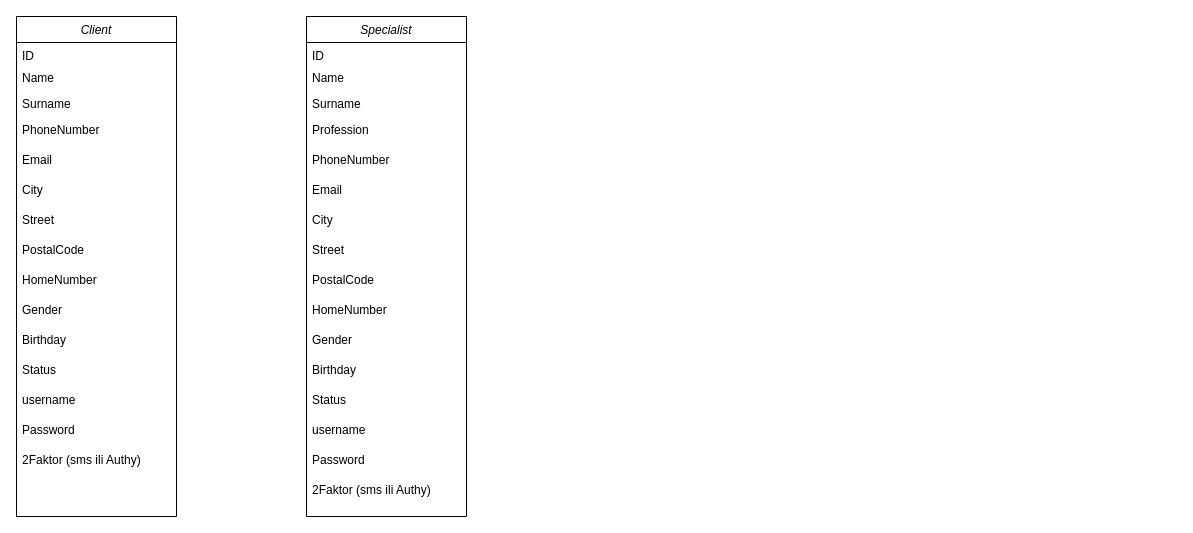
Above: Диаграмма без названия.drawio in bibaris-umirzakov/termin-planer-diagram (draw.io), before the change. Source tidied: cells renumbered, new cells numbered last; positions are measured from the earlier drawing's top-left corner, leaving out a move shared by most shapes. Both pictures are drawn from the tidied source at 100%, with x=0, y=0 at pixel (16, 16).
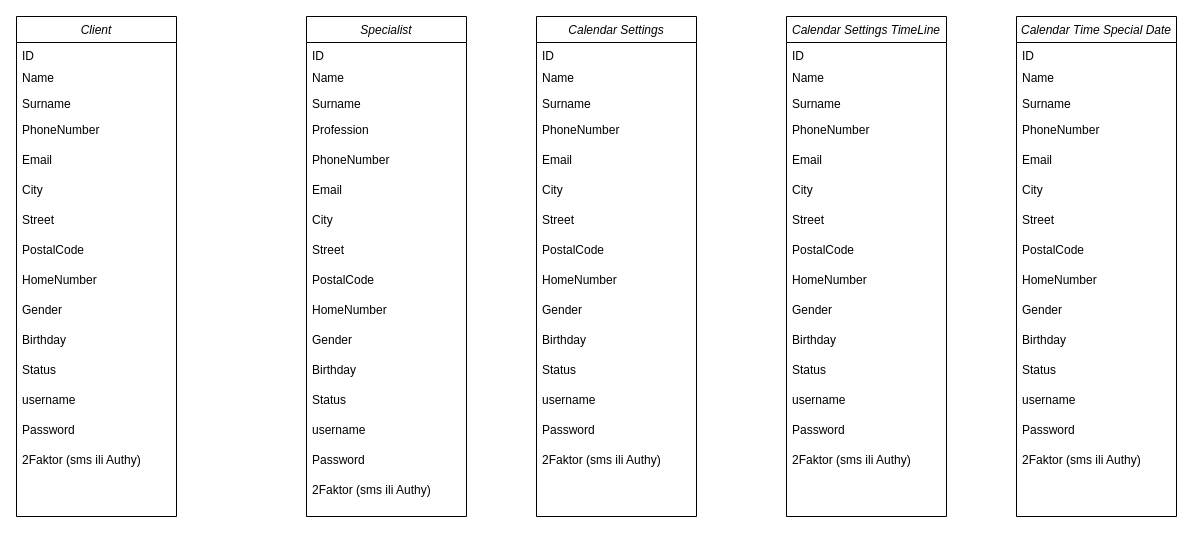
The same page after the edit.

The edit, as a diff of the source:
```diff
@@
+    <mxCell id="35" value="Calendar Settings" style="swimlane;fontStyle=2;align=center;verticalAlign=top;horizontal=1;startSize=26;rounded=0;shadow=0;strokeWidth=1;" parent="1" vertex="1">
+      <mxGeometry x="520" width="160" height="500" as="geometry" />
+    </mxCell>
+    <mxCell id="36" value="ID" style="text;align=left;verticalAlign=top;spacingLeft=4;spacingRight=4;overflow=hidden;" parent="35" vertex="1">
+      <mxGeometry y="26" width="160" height="22" as="geometry" />
+    </mxCell>
+    <mxCell id="37" value="Name" style="text;align=left;verticalAlign=top;spacingLeft=4;spacingRight=4;overflow=hidden;rounded=0;shadow=0;html=0;" parent="35" vertex="1">
+      <mxGeometry y="48" width="160" height="26" as="geometry" />
+    </mxCell>
+    <mxCell id="38" value="Surname" style="text;align=left;verticalAlign=top;spacingLeft=4;spacingRight=4;overflow=hidden;rounded=0;shadow=0;html=0;" parent="35" vertex="1">
+      <mxGeometry y="74" width="160" height="26" as="geometry" />
+    </mxCell>
+    <mxCell id="39" value="PhoneNumber" style="text;align=left;verticalAlign=top;spacingLeft=4;spacingRight=4;overflow=hidden;rounded=0;shadow=0;html=0;" parent="35" vertex="1">
+      <mxGeometry y="100" width="160" height="30" as="geometry" />
+    </mxCell>
+    <mxCell id="40" value="Email" style="text;align=left;verticalAlign=top;spacingLeft=4;spacingRight=4;overflow=hidden;rounded=0;shadow=0;html=0;" parent="35" vertex="1">
+      <mxGeometry y="130" width="160" height="30" as="geometry" />
+    </mxCell>
+    <mxCell id="41" value="City&#10;" style="text;align=left;verticalAlign=top;spacingLeft=4;spacingRight=4;overflow=hidden;rounded=0;shadow=0;html=0;" parent="35" vertex="1">
+      <mxGeometry y="160" width="160" height="30" as="geometry" />
+    </mxCell>
+    <mxCell id="42" value="Street" style="text;align=left;verticalAlign=top;spacingLeft=4;spacingRight=4;overflow=hidden;rounded=0;shadow=0;html=0;" parent="35" vertex="1">
+      <mxGeometry y="190" width="160" height="30" as="geometry" />
+    </mxCell>
+    <mxCell id="43" value="PostalCode" style="text;align=left;verticalAlign=top;spacingLeft=4;spacingRight=4;overflow=hidden;rounded=0;shadow=0;html=0;" parent="35" vertex="1">
+      <mxGeometry y="220" width="160" height="30" as="geometry" />
+    </mxCell>
+    <mxCell id="44" value="HomeNumber" style="text;align=left;verticalAlign=top;spacingLeft=4;spacingRight=4;overflow=hidden;rounded=0;shadow=0;html=0;" parent="35" vertex="1">
+      <mxGeometry y="250" width="160" height="30" as="geometry" />
+    </mxCell>
+    <mxCell id="45" value="Gender" style="text;align=left;verticalAlign=top;spacingLeft=4;spacingRight=4;overflow=hidden;rounded=0;shadow=0;html=0;" parent="35" vertex="1">
+      <mxGeometry y="280" width="160" height="30" as="geometry" />
+    </mxCell>
+    <mxCell id="46" value="Birthday" style="text;align=left;verticalAlign=top;spacingLeft=4;spacingRight=4;overflow=hidden;rounded=0;shadow=0;html=0;" parent="35" vertex="1">
+      <mxGeometry y="310" width="160" height="30" as="geometry" />
+    </mxCell>
+    <mxCell id="47" value="Status" style="text;align=left;verticalAlign=top;spacingLeft=4;spacingRight=4;overflow=hidden;rounded=0;shadow=0;html=0;" parent="35" vertex="1">
+      <mxGeometry y="340" width="160" height="30" as="geometry" />
+    </mxCell>
+    <mxCell id="48" value="username" style="text;align=left;verticalAlign=top;spacingLeft=4;spacingRight=4;overflow=hidden;rounded=0;shadow=0;html=0;" parent="35" vertex="1">
+      <mxGeometry y="370" width="160" height="30" as="geometry" />
+    </mxCell>
+    <mxCell id="49" value="Password" style="text;align=left;verticalAlign=top;spacingLeft=4;spacingRight=4;overflow=hidden;rounded=0;shadow=0;html=0;" parent="35" vertex="1">
+      <mxGeometry y="400" width="160" height="30" as="geometry" />
+    </mxCell>
+    <mxCell id="50" value="2Faktor (sms ili Authy)" style="text;align=left;verticalAlign=top;spacingLeft=4;spacingRight=4;overflow=hidden;rounded=0;shadow=0;html=0;" parent="35" vertex="1">
+      <mxGeometry y="430" width="160" height="30" as="geometry" />
+    </mxCell>
+    <mxCell id="51" value="Calendar Settings TimeLine" style="swimlane;fontStyle=2;align=center;verticalAlign=top;horizontal=1;startSize=26;rounded=0;shadow=0;strokeWidth=1;" parent="1" vertex="1">
+      <mxGeometry x="770" width="160" height="500" as="geometry" />
+    </mxCell>
+    <mxCell id="52" value="ID" style="text;align=left;verticalAlign=top;spacingLeft=4;spacingRight=4;overflow=hidden;" parent="51" vertex="1">
+      <mxGeometry y="26" width="160" height="22" as="geometry" />
+    </mxCell>
+    <mxCell id="53" value="Name" style="text;align=left;verticalAlign=top;spacingLeft=4;spacingRight=4;overflow=hidden;rounded=0;shadow=0;html=0;" parent="51" vertex="1">
+      <mxGeometry y="48" width="160" height="26" as="geometry" />
+    </mxCell>
+    <mxCell id="54" value="Surname" style="text;align=left;verticalAlign=top;spacingLeft=4;spacingRight=4;overflow=hidden;rounded=0;shadow=0;html=0;" parent="51" vertex="1">
+      <mxGeometry y="74" width="160" height="26" as="geometry" />
+    </mxCell>
+    <mxCell id="55" value="PhoneNumber" style="text;align=left;verticalAlign=top;spacingLeft=4;spacingRight=4;overflow=hidden;rounded=0;shadow=0;html=0;" parent="51" vertex="1">
+      <mxGeometry y="100" width="160" height="30" as="geometry" />
+    </mxCell>
+    <mxCell id="56" value="Email" style="text;align=left;verticalAlign=top;spacingLeft=4;spacingRight=4;overflow=hidden;rounded=0;shadow=0;html=0;" parent="51" vertex="1">
+      <mxGeometry y="130" width="160" height="30" as="geometry" />
+    </mxCell>
+    <mxCell id="57" value="City&#10;" style="text;align=left;verticalAlign=top;spacingLeft=4;spacingRight=4;overflow=hidden;rounded=0;shadow=0;html=0;" parent="51" vertex="1">
+      <mxGeometry y="160" width="160" height="30" as="geometry" />
+    </mxCell>
+    <mxCell id="58" value="Street" style="text;align=left;verticalAlign=top;spacingLeft=4;spacingRight=4;overflow=hidden;rounded=0;shadow=0;html=0;" parent="51" vertex="1">
+      <mxGeometry y="190" width="160" height="30" as="geometry" />
+    </mxCell>
+    <mxCell id="59" value="PostalCode" style="text;align=left;verticalAlign=top;spacingLeft=4;spacingRight=4;overflow=hidden;rounded=0;shadow=0;html=0;" parent="51" vertex="1">
+      <mxGeometry y="220" width="160" height="30" as="geometry" />
+    </mxCell>
+    <mxCell id="60" value="HomeNumber" style="text;align=left;verticalAlign=top;spacingLeft=4;spacingRight=4;overflow=hidden;rounded=0;shadow=0;html=0;" parent="51" vertex="1">
+      <mxGeometry y="250" width="160" height="30" as="geometry" />
+    </mxCell>
+    <mxCell id="61" value="Gender" style="text;align=left;verticalAlign=top;spacingLeft=4;spacingRight=4;overflow=hidden;rounded=0;shadow=0;html=0;" parent="51" vertex="1">
+      <mxGeometry y="280" width="160" height="30" as="geometry" />
+    </mxCell>
+    <mxCell id="62" value="Birthday" style="text;align=left;verticalAlign=top;spacingLeft=4;spacingRight=4;overflow=hidden;rounded=0;shadow=0;html=0;" parent="51" vertex="1">
+      <mxGeometry y="310" width="160" height="30" as="geometry" />
+    </mxCell>
+    <mxCell id="63" value="Status" style="text;align=left;verticalAlign=top;spacingLeft=4;spacingRight=4;overflow=hidden;rounded=0;shadow=0;html=0;" parent="51" vertex="1">
+      <mxGeometry y="340" width="160" height="30" as="geometry" />
+    </mxCell>
+    <mxCell id="64" value="username" style="text;align=left;verticalAlign=top;spacingLeft=4;spacingRight=4;overflow=hidden;rounded=0;shadow=0;html=0;" parent="51" vertex="1">
+      <mxGeometry y="370" width="160" height="30" as="geometry" />
+    </mxCell>
+    <mxCell id="65" value="Password" style="text;align=left;verticalAlign=top;spacingLeft=4;spacingRight=4;overflow=hidden;rounded=0;shadow=0;html=0;" parent="51" vertex="1">
+      <mxGeometry y="400" width="160" height="30" as="geometry" />
+    </mxCell>
+    <mxCell id="66" value="2Faktor (sms ili Authy)" style="text;align=left;verticalAlign=top;spacingLeft=4;spacingRight=4;overflow=hidden;rounded=0;shadow=0;html=0;" parent="51" vertex="1">
+      <mxGeometry y="430" width="160" height="30" as="geometry" />
+    </mxCell>
+    <mxCell id="67" value="Calendar Time Special Date" style="swimlane;fontStyle=2;align=center;verticalAlign=top;horizontal=1;startSize=26;rounded=0;shadow=0;strokeWidth=1;" parent="1" vertex="1">
+      <mxGeometry x="1000" width="160" height="500" as="geometry" />
+    </mxCell>
+    <mxCell id="68" value="ID" style="text;align=left;verticalAlign=top;spacingLeft=4;spacingRight=4;overflow=hidden;" parent="67" vertex="1">
+      <mxGeometry y="26" width="160" height="22" as="geometry" />
+    </mxCell>
+    <mxCell id="69" value="Name" style="text;align=left;verticalAlign=top;spacingLeft=4;spacingRight=4;overflow=hidden;rounded=0;shadow=0;html=0;" parent="67" vertex="1">
+      <mxGeometry y="48" width="160" height="26" as="geometry" />
+    </mxCell>
+    <mxCell id="70" value="Surname" style="text;align=left;verticalAlign=top;spacingLeft=4;spacingRight=4;overflow=hidden;rounded=0;shadow=0;html=0;" parent="67" vertex="1">
+      <mxGeometry y="74" width="160" height="26" as="geometry" />
+    </mxCell>
+    <mxCell id="71" value="PhoneNumber" style="text;align=left;verticalAlign=top;spacingLeft=4;spacingRight=4;overflow=hidden;rounded=0;shadow=0;html=0;" parent="67" vertex="1">
+      <mxGeometry y="100" width="160" height="30" as="geometry" />
+    </mxCell>
+    <mxCell id="72" value="Email" style="text;align=left;verticalAlign=top;spacingLeft=4;spacingRight=4;overflow=hidden;rounded=0;shadow=0;html=0;" parent="67" vertex="1">
+      <mxGeometry y="130" width="160" height="30" as="geometry" />
+    </mxCell>
+    <mxCell id="73" value="City&#10;" style="text;align=left;verticalAlign=top;spacingLeft=4;spacingRight=4;overflow=hidden;rounded=0;shadow=0;html=0;" parent="67" vertex="1">
+      <mxGeometry y="160" width="160" height="30" as="geometry" />
+    </mxCell>
+    <mxCell id="74" value="Street" style="text;align=left;verticalAlign=top;spacingLeft=4;spacingRight=4;overflow=hidden;rounded=0;shadow=0;html=0;" parent="67" vertex="1">
+      <mxGeometry y="190" width="160" height="30" as="geometry" />
+    </mxCell>
+    <mxCell id="75" value="PostalCode" style="text;align=left;verticalAlign=top;spacingLeft=4;spacingRight=4;overflow=hidden;rounded=0;shadow=0;html=0;" parent="67" vertex="1">
+      <mxGeometry y="220" width="160" height="30" as="geometry" />
+    </mxCell>
+    <mxCell id="76" value="HomeNumber" style="text;align=left;verticalAlign=top;spacingLeft=4;spacingRight=4;overflow=hidden;rounded=0;shadow=0;html=0;" parent="67" vertex="1">
+      <mxGeometry y="250" width="160" height="30" as="geometry" />
+    </mxCell>
+    <mxCell id="77" value="Gender" style="text;align=left;verticalAlign=top;spacingLeft=4;spacingRight=4;overflow=hidden;rounded=0;shadow=0;html=0;" parent="67" vertex="1">
+      <mxGeometry y="280" width="160" height="30" as="geometry" />
+    </mxCell>
+    <mxCell id="78" value="Birthday" style="text;align=left;verticalAlign=top;spacingLeft=4;spacingRight=4;overflow=hidden;rounded=0;shadow=0;html=0;" parent="67" vertex="1">
+      <mxGeometry y="310" width="160" height="30" as="geometry" />
+    </mxCell>
+    <mxCell id="79" value="Status" style="text;align=left;verticalAlign=top;spacingLeft=4;spacingRight=4;overflow=hidden;rounded=0;shadow=0;html=0;" parent="67" vertex="1">
+      <mxGeometry y="340" width="160" height="30" as="geometry" />
+    </mxCell>
+    <mxCell id="80" value="username" style="text;align=left;verticalAlign=top;spacingLeft=4;spacingRight=4;overflow=hidden;rounded=0;shadow=0;html=0;" parent="67" vertex="1">
+      <mxGeometry y="370" width="160" height="30" as="geometry" />
+    </mxCell>
+    <mxCell id="81" value="Password" style="text;align=left;verticalAlign=top;spacingLeft=4;spacingRight=4;overflow=hidden;rounded=0;shadow=0;html=0;" parent="67" vertex="1">
+      <mxGeometry y="400" width="160" height="30" as="geometry" />
+    </mxCell>
+    <mxCell id="82" value="2Faktor (sms ili Authy)" style="text;align=left;verticalAlign=top;spacingLeft=4;spacingRight=4;overflow=hidden;rounded=0;shadow=0;html=0;" parent="67" vertex="1">
+      <mxGeometry y="430" width="160" height="30" as="geometry" />
+    </mxCell>
```
